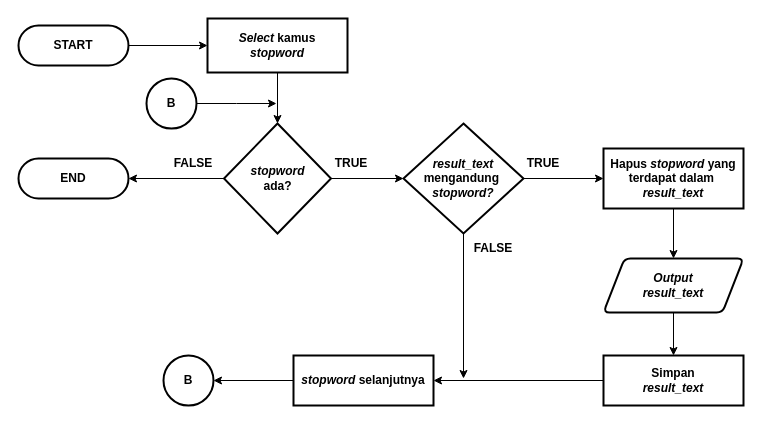
The draw.io diagram Dokumen TA/Paper/Flowchart/Flowchart proses stopword.drawio in muspriandi/TextMining-SentimentAnalysis, before the edit. Source tidied: cells renumbered, new cells numbered last; positions are measured from the earlier drawing's top-left corner, leaving out a move shared by most shapes. Both pictures are drawn from the tidied source at 100%, with x=0, y=0 at pixel (18, 18).
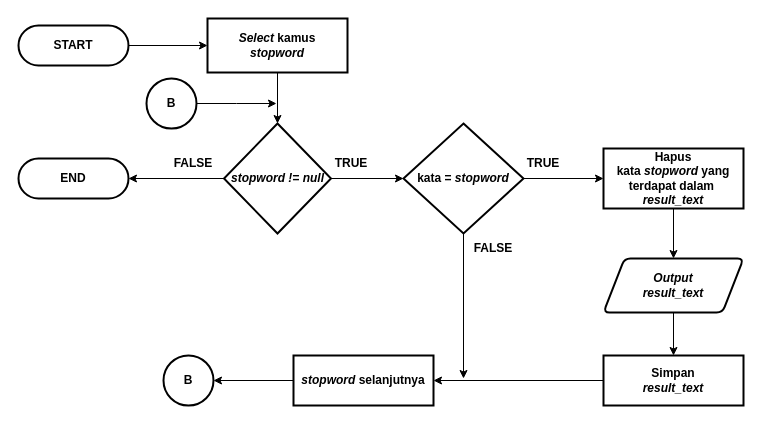
After the change.

The edit, as a diff of the source:
```diff
@@
-    <mxCell id="10" value="&lt;b style=&quot;font-family: &amp;#34;helvetica&amp;#34;&quot;&gt;&lt;i&gt;stopword&lt;br&gt;&lt;/i&gt;&lt;/b&gt;ada?" style="strokeWidth=2;html=1;shape=mxgraph.flowchart.decision;whiteSpace=wrap;rounded=1;align=center;fontStyle=1;" parent="1" vertex="1">
+    <mxCell id="10" value="&lt;b style=&quot;font-family: &amp;#34;helvetica&amp;#34;&quot;&gt;&lt;i&gt;stopword != null&lt;/i&gt;&lt;/b&gt;" style="strokeWidth=2;html=1;shape=mxgraph.flowchart.decision;whiteSpace=wrap;rounded=1;align=center;fontStyle=1;" parent="1" vertex="1">
       <mxGeometry x="205.5" y="105" width="107" height="110" as="geometry" />
     </mxCell>
@@
-    <mxCell id="13" value="&lt;b style=&quot;font-family: &amp;#34;helvetica&amp;#34;&quot;&gt;&lt;i&gt;result_text &lt;/i&gt;mengandung&amp;nbsp;&lt;br&gt;&lt;/b&gt;&lt;b style=&quot;font-family: &amp;#34;helvetica&amp;#34;&quot;&gt;&lt;i&gt;stopword&lt;/i&gt;&lt;/b&gt;&lt;i&gt;?&lt;/i&gt;" style="strokeWidth=2;html=1;shape=mxgraph.flowchart.decision;whiteSpace=wrap;rounded=1;align=center;fontStyle=1;" parent="1" vertex="1">
+    <mxCell id="13" value="&lt;b style=&quot;font-family: &amp;#34;helvetica&amp;#34;&quot;&gt;kata =&amp;nbsp;&lt;/b&gt;&lt;b style=&quot;font-family: &amp;#34;helvetica&amp;#34;&quot;&gt;&lt;i&gt;stopword&lt;/i&gt;&lt;/b&gt;" style="strokeWidth=2;html=1;shape=mxgraph.flowchart.decision;whiteSpace=wrap;rounded=1;align=center;fontStyle=1;" parent="1" vertex="1">
       <mxGeometry x="385" y="105" width="120" height="110" as="geometry" />
     </mxCell>
@@
-    <mxCell id="19" value="&lt;font face=&quot;helvetica&quot;&gt;&lt;b&gt;Hapus&amp;nbsp;&lt;/b&gt;&lt;/font&gt;&lt;b style=&quot;font-family: &amp;#34;helvetica&amp;#34;&quot;&gt;&lt;i&gt;stopword&lt;/i&gt;&lt;/b&gt;&lt;b style=&quot;font-family: &amp;#34;helvetica&amp;#34;&quot;&gt;&lt;i&gt;&amp;nbsp;&lt;/i&gt;&lt;/b&gt;&lt;span style=&quot;font-weight: 700&quot;&gt;yang terdapat dalam&amp;nbsp;&lt;br&gt;&lt;/span&gt;&lt;b style=&quot;font-family: &amp;#34;helvetica&amp;#34;&quot;&gt;&lt;i&gt;result_text&lt;/i&gt;&lt;/b&gt;&lt;font face=&quot;helvetica&quot;&gt;&lt;b&gt;&lt;br&gt;&lt;/b&gt;&lt;/font&gt;" style="rounded=1;whiteSpace=wrap;html=1;absoluteArcSize=1;arcSize=0;strokeWidth=2;fontSize=12;" parent="1" vertex="1">
+    <mxCell id="19" value="&lt;font face=&quot;helvetica&quot;&gt;&lt;b&gt;Hapus kata&amp;nbsp;&lt;/b&gt;&lt;/font&gt;&lt;i&gt;&lt;b style=&quot;font-family: &amp;#34;helvetica&amp;#34;&quot;&gt;stopword&lt;/b&gt;&lt;b style=&quot;font-family: &amp;#34;helvetica&amp;#34;&quot;&gt;&amp;nbsp;&lt;/b&gt;&lt;/i&gt;&lt;span style=&quot;font-weight: 700&quot;&gt;yang terdapat dalam&amp;nbsp;&lt;br&gt;&lt;/span&gt;&lt;b style=&quot;font-family: &amp;#34;helvetica&amp;#34;&quot;&gt;&lt;i&gt;result_text&lt;/i&gt;&lt;/b&gt;&lt;font face=&quot;helvetica&quot;&gt;&lt;b&gt;&lt;br&gt;&lt;/b&gt;&lt;/font&gt;" style="rounded=1;whiteSpace=wrap;html=1;absoluteArcSize=1;arcSize=0;strokeWidth=2;fontSize=12;" parent="1" vertex="1">
       <mxGeometry x="585" y="130" width="140" height="60" as="geometry" />
     </mxCell>
```
